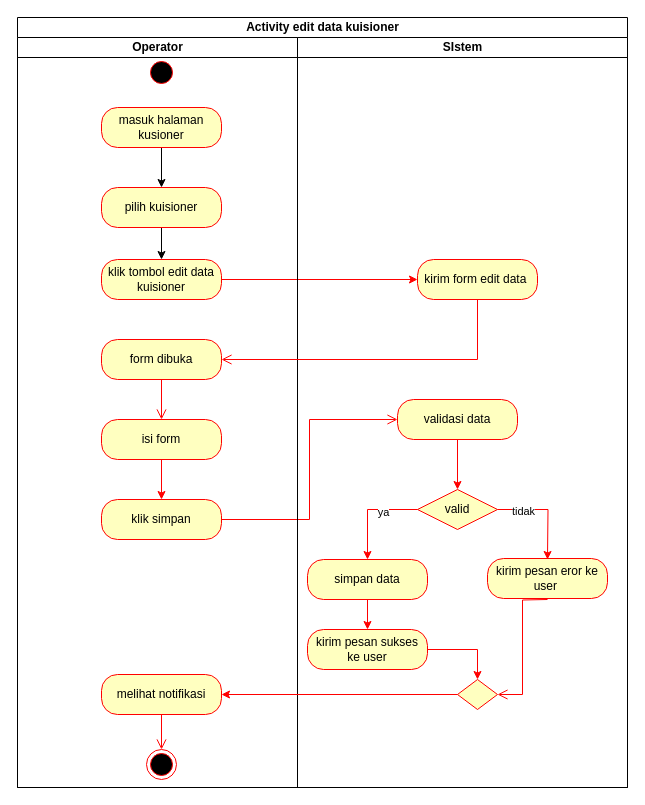
This is activity edit data user.drawio from zzarr/Tugas-Akhir, a draw.io file, before an edit. Source tidied: cells renumbered, new cells numbered last; positions are measured from the earlier drawing's top-left corner, leaving out a move shared by most shapes. Both pictures are drawn from the tidied source at 100%, with x=0, y=0 at pixel (17, 17).
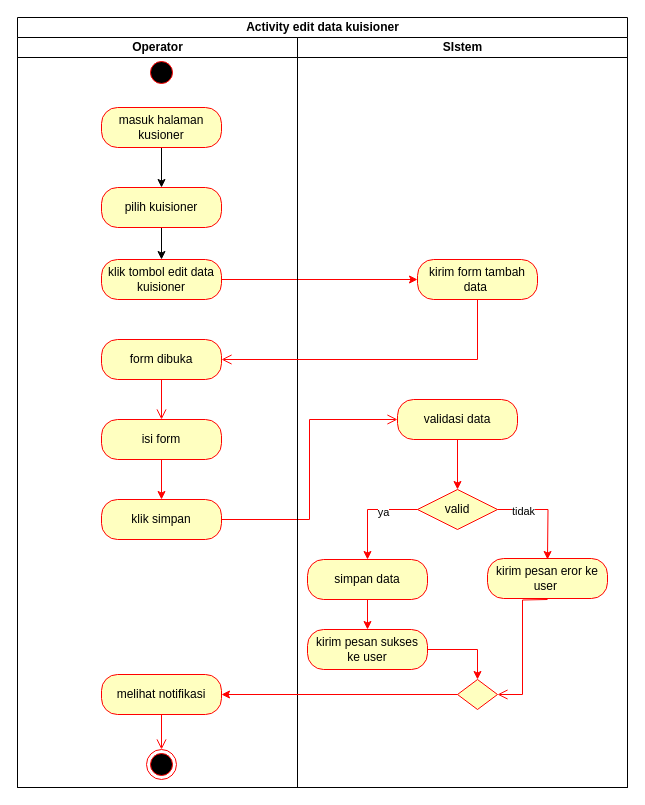
The same diagram, later.

Unchanged cells that the change refers to:
```xml
<mxCell id="21" value="SIstem" style="swimlane;startSize=20;html=1;" parent="2" vertex="1">
  <mxGeometry x="280" y="20" width="330" height="750" as="geometry" />
</mxCell>
```

Change to the diagram source:
```diff
@@
-    <mxCell id="22" value="kirim form edit data&amp;nbsp;" style="rounded=1;whiteSpace=wrap;html=1;arcSize=40;fontColor=#000000;fillColor=#ffffc0;strokeColor=#ff0000;" parent="21" vertex="1">
+    <mxCell id="22" value="kirim form tambah data&amp;nbsp;" style="rounded=1;whiteSpace=wrap;html=1;arcSize=40;fontColor=#000000;fillColor=#ffffc0;strokeColor=#ff0000;" parent="21" vertex="1">
       <mxGeometry x="120" y="222" width="120" height="40" as="geometry" />
     </mxCell>
```
